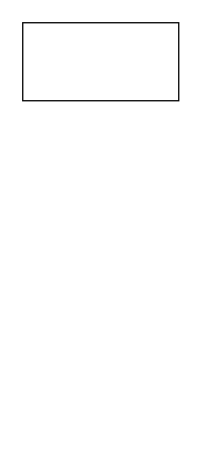
This is TN29-P24-DroneAraignee.drawio from mbricogn/TN29-MBSE, a draw.io file, before an edit. Source tidied: cells renumbered, new cells numbered last; positions are measured from the earlier drawing's top-left corner, leaving out a move shared by most shapes. Both pictures are drawn from the tidied source at 130%, with x=0, y=0 at pixel (22, 22).
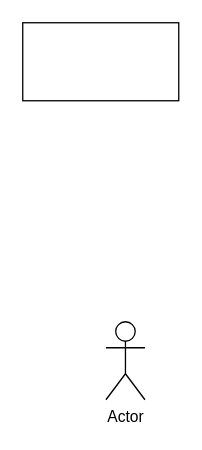
After the change.

Commit message (it also covers changes not shown here):
Mettre à jour TN29-P24-DroneAraignee.drawio

What changed in the source:
```diff
@@
 <mxGraphModel>
   <root>
     <mxCell id="0" />
     <mxCell id="1" parent="0" />
     <mxCell id="2" style="rounded=0;whiteSpace=wrap;html=1;" parent="1" vertex="1">
       <mxGeometry width="120" height="60" as="geometry" />
     </mxCell>
+    <mxCell id="3" value="Actor" style="shape=umlActor;verticalLabelPosition=bottom;verticalAlign=top;html=1;" parent="1" vertex="1">
+      <mxGeometry x="64" y="230" width="30" height="60" as="geometry" />
+    </mxCell>
   </root>
 </mxGraphModel>
```
